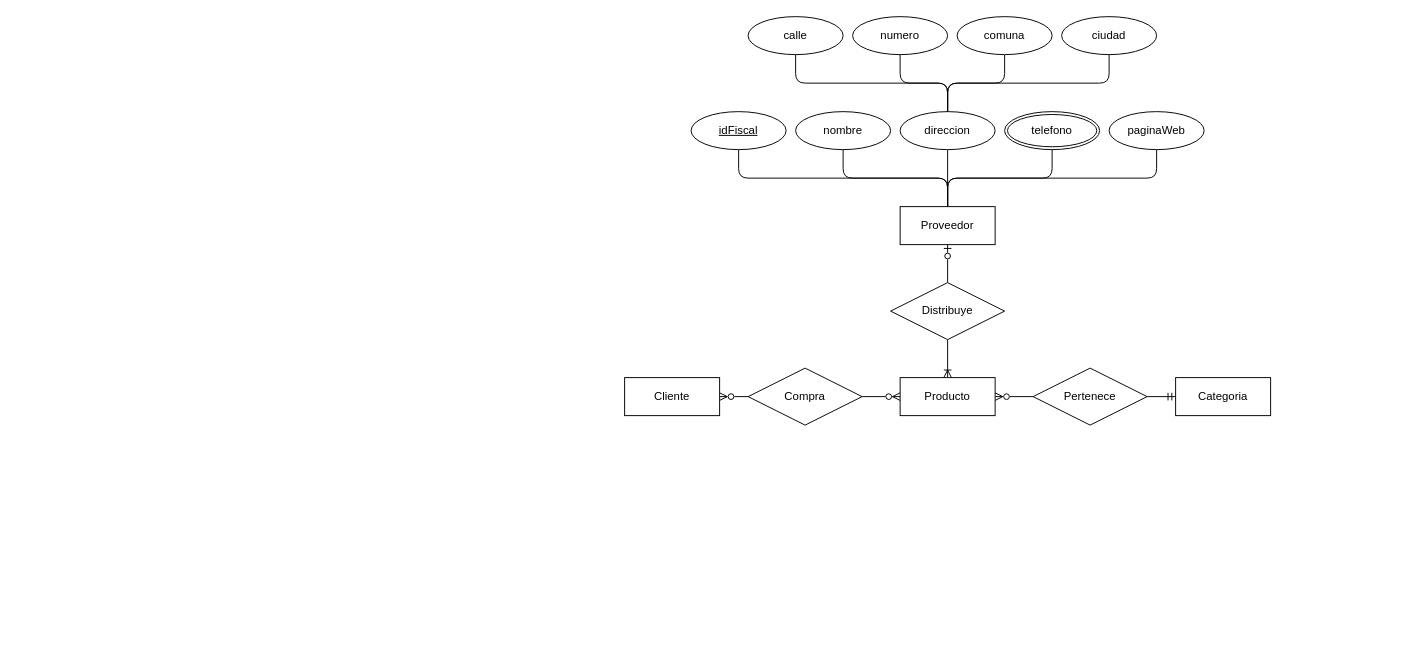
Earlier version of the draw.io diagram Activity-2-6.drawio (xmr-p/DatabaseCharts). Source tidied: cells renumbered, new cells numbered last; positions are measured from the earlier drawing's top-left corner, leaving out a move shared by most shapes. Both pictures are drawn from the tidied source at 95%, with x=0, y=0 at pixel (624, 16).
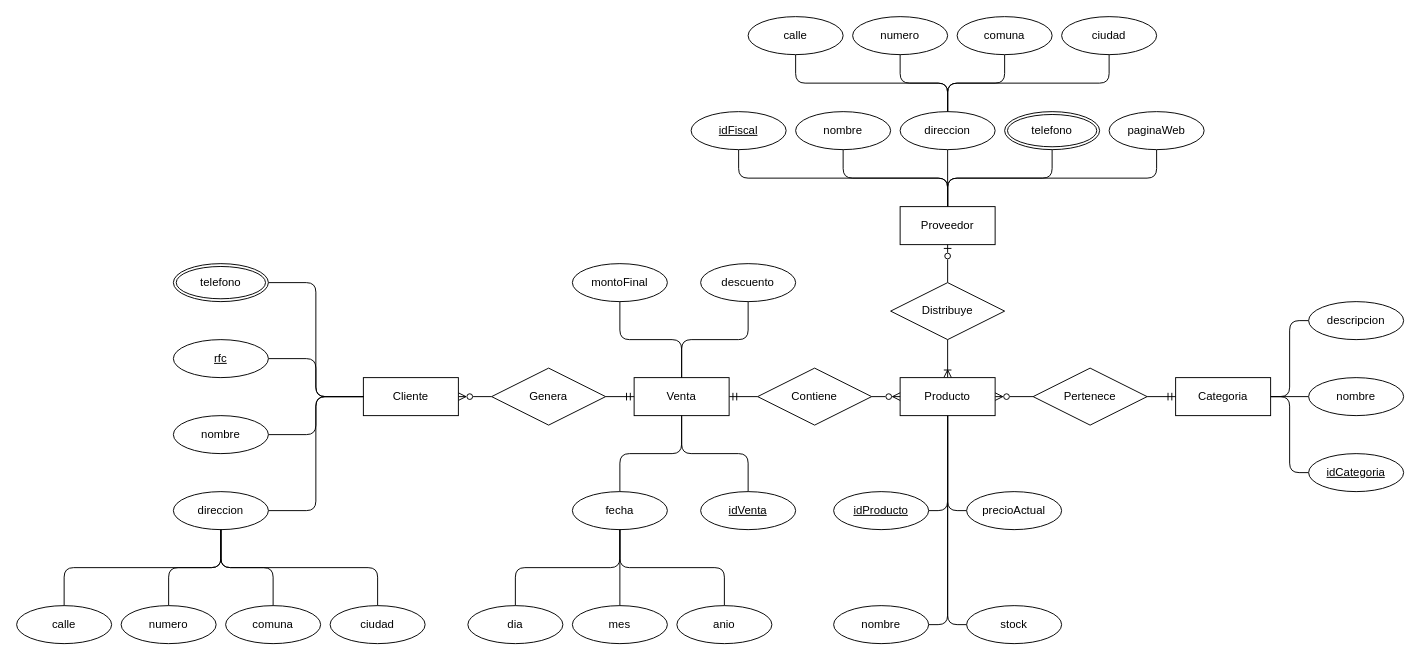
The same diagram, later.

The change refers to these unchanged cells:
```xml
<mxCell id="4" value="Producto" style="whiteSpace=wrap;html=1;align=center;" parent="1" vertex="1">
  <mxGeometry x="290" y="380" width="100" height="40" as="geometry" />
</mxCell>
<mxCell id="13" value="Categoria" style="whiteSpace=wrap;html=1;align=center;" parent="1" vertex="1">
  <mxGeometry x="580" y="380" width="100" height="40" as="geometry" />
</mxCell>
```

What changed in the source:
```diff
@@
+    <mxCell id="33" style="edgeStyle=orthogonalEdgeStyle;rounded=1;jettySize=auto;html=1;exitX=0.5;exitY=1;exitDx=0;exitDy=0;entryX=1;entryY=0.5;entryDx=0;entryDy=0;endArrow=none;endFill=0;curved=0;" parent="1" edge="1" source="4" target="77">
+      <mxGeometry relative="1" as="geometry" />
+    </mxCell>
+    <mxCell id="34" style="edgeStyle=orthogonalEdgeStyle;rounded=1;jettySize=auto;html=1;exitX=0.5;exitY=1;exitDx=0;exitDy=0;entryX=1;entryY=0.5;entryDx=0;entryDy=0;curved=0;endArrow=none;endFill=0;" parent="1" edge="1" source="4" target="79">
+      <mxGeometry relative="1" as="geometry" />
+    </mxCell>
+    <mxCell id="35" style="edgeStyle=orthogonalEdgeStyle;rounded=1;jettySize=auto;html=1;exitX=0.5;exitY=1;exitDx=0;exitDy=0;entryX=0;entryY=0.5;entryDx=0;entryDy=0;curved=0;endArrow=none;endFill=0;" parent="1" edge="1" source="4" target="78">
+      <mxGeometry relative="1" as="geometry" />
+    </mxCell>
+    <mxCell id="36" style="edgeStyle=orthogonalEdgeStyle;rounded=1;jettySize=auto;html=1;exitX=0.5;exitY=1;exitDx=0;exitDy=0;entryX=0;entryY=0.5;entryDx=0;entryDy=0;curved=0;endArrow=none;endFill=0;" parent="1" edge="1" source="4" target="80">
+      <mxGeometry relative="1" as="geometry" />
+    </mxCell>
@@
-    <mxCell id="11" style="edgeStyle=orthogonalEdgeStyle;rounded=1;jettySize=auto;html=1;exitX=1;exitY=0.5;exitDx=0;exitDy=0;entryX=0;entryY=0.5;entryDx=0;entryDy=0;curved=0;endArrow=none;endFill=0;startArrow=ERzeroToMany;startFill=0;" parent="1" edge="1" source="12" target="19">
+    <mxCell id="11" style="edgeStyle=orthogonalEdgeStyle;rounded=1;jettySize=auto;html=1;exitX=1;exitY=0.5;exitDx=0;exitDy=0;entryX=0;entryY=0.5;entryDx=0;entryDy=0;curved=0;endArrow=none;endFill=0;startArrow=ERzeroToMany;startFill=0;" parent="1" edge="1" source="12" target="59">
       <mxGeometry relative="1" as="geometry" />
     </mxCell>
     <mxCell id="12" value="Cliente" style="whiteSpace=wrap;html=1;align=center;" parent="1" vertex="1">
-      <mxGeometry y="380" width="100" height="40" as="geometry" />
+      <mxGeometry x="-275" y="380" width="100" height="40" as="geometry" />
     </mxCell>
+    <mxCell id="37" style="edgeStyle=orthogonalEdgeStyle;rounded=1;jettySize=auto;html=1;exitX=1;exitY=0.5;exitDx=0;exitDy=0;entryX=0;entryY=0.5;entryDx=0;entryDy=0;endArrow=none;endFill=0;curved=0;" parent="1" edge="1" source="13" target="76">
+      <mxGeometry relative="1" as="geometry" />
+    </mxCell>
+    <mxCell id="38" style="edgeStyle=orthogonalEdgeStyle;rounded=1;jettySize=auto;html=1;exitX=1;exitY=0.5;exitDx=0;exitDy=0;entryX=0;entryY=0.5;entryDx=0;entryDy=0;curved=0;endArrow=none;endFill=0;" parent="1" edge="1" source="13" target="75">
+      <mxGeometry relative="1" as="geometry" />
+    </mxCell>
+    <mxCell id="39" style="edgeStyle=orthogonalEdgeStyle;rounded=1;jettySize=auto;html=1;exitX=1;exitY=0.5;exitDx=0;exitDy=0;entryX=0;entryY=0.5;entryDx=0;entryDy=0;curved=0;endArrow=none;endFill=0;" parent="1" edge="1" source="13" target="74">
+      <mxGeometry relative="1" as="geometry" />
+    </mxCell>
@@
-    <mxCell id="19" value="Compra" style="shape=rhombus;perimeter=rhombusPerimeter;whiteSpace=wrap;html=1;align=center;" parent="1" vertex="1">
-      <mxGeometry x="130" y="370" width="120" height="60" as="geometry" />
+    <mxCell id="19" value="Contiene" style="shape=rhombus;perimeter=rhombusPerimeter;whiteSpace=wrap;html=1;align=center;" parent="1" vertex="1">
+      <mxGeometry x="140" y="370" width="120" height="60" as="geometry" />
     </mxCell>
@@
+    <mxCell id="40" style="edgeStyle=orthogonalEdgeStyle;rounded=1;jettySize=auto;html=1;exitX=1;exitY=0.5;exitDx=0;exitDy=0;entryX=0;entryY=0.5;entryDx=0;entryDy=0;curved=0;endArrow=none;endFill=0;" parent="1" edge="1" source="41" target="12">
+      <mxGeometry relative="1" as="geometry" />
+    </mxCell>
+    <mxCell id="41" value="rfc" style="ellipse;whiteSpace=wrap;html=1;align=center;fontStyle=4;" parent="1" vertex="1">
+      <mxGeometry x="-475" y="340" width="100" height="40" as="geometry" />
+    </mxCell>
+    <mxCell id="42" style="edgeStyle=orthogonalEdgeStyle;rounded=1;jettySize=auto;html=1;exitX=1;exitY=0.5;exitDx=0;exitDy=0;entryX=0;entryY=0.5;entryDx=0;entryDy=0;curved=0;endArrow=none;endFill=0;" parent="1" edge="1" source="43" target="12">
+      <mxGeometry relative="1" as="geometry" />
+    </mxCell>
+    <mxCell id="43" value="direccion" style="ellipse;whiteSpace=wrap;html=1;align=center;" parent="1" vertex="1">
+      <mxGeometry x="-475" y="500" width="100" height="40" as="geometry" />
+    </mxCell>
+    <mxCell id="44" style="edgeStyle=orthogonalEdgeStyle;rounded=1;jettySize=auto;html=1;exitX=1;exitY=0.5;exitDx=0;exitDy=0;entryX=0;entryY=0.5;entryDx=0;entryDy=0;endArrow=none;endFill=0;curved=0;" parent="1" edge="1" source="45" target="12">
+      <mxGeometry relative="1" as="geometry" />
+    </mxCell>
+    <mxCell id="45" value="nombre" style="ellipse;whiteSpace=wrap;html=1;align=center;" parent="1" vertex="1">
+      <mxGeometry x="-475" y="420" width="100" height="40" as="geometry" />
+    </mxCell>
+    <mxCell id="46" style="edgeStyle=orthogonalEdgeStyle;rounded=1;jettySize=auto;html=1;exitX=1;exitY=0.5;exitDx=0;exitDy=0;entryX=0;entryY=0.5;entryDx=0;entryDy=0;curved=0;endArrow=none;endFill=0;" parent="1" edge="1" source="47" target="12">
+      <mxGeometry relative="1" as="geometry" />
+    </mxCell>
+    <mxCell id="47" value="telefono" style="ellipse;shape=doubleEllipse;margin=3;whiteSpace=wrap;html=1;align=center;" parent="1" vertex="1">
+      <mxGeometry x="-475" y="260" width="100" height="40" as="geometry" />
+    </mxCell>
+    <mxCell id="48" style="edgeStyle=orthogonalEdgeStyle;rounded=1;jettySize=auto;html=1;exitX=0.5;exitY=0;exitDx=0;exitDy=0;entryX=0.5;entryY=1;entryDx=0;entryDy=0;endArrow=none;endFill=0;curved=0;" parent="1" edge="1" source="49" target="43">
+      <mxGeometry relative="1" as="geometry" />
+    </mxCell>
+    <mxCell id="49" value="comuna" style="ellipse;whiteSpace=wrap;html=1;align=center;" parent="1" vertex="1">
+      <mxGeometry x="-420" y="620" width="100" height="40" as="geometry" />
+    </mxCell>
+    <mxCell id="50" style="edgeStyle=orthogonalEdgeStyle;rounded=1;jettySize=auto;html=1;exitX=0.5;exitY=0;exitDx=0;exitDy=0;entryX=0.5;entryY=1;entryDx=0;entryDy=0;curved=0;endArrow=none;endFill=0;" parent="1" edge="1" source="51" target="43">
+      <mxGeometry relative="1" as="geometry" />
+    </mxCell>
+    <mxCell id="51" value="ciudad" style="ellipse;whiteSpace=wrap;html=1;align=center;" parent="1" vertex="1">
+      <mxGeometry x="-310" y="620" width="100" height="40" as="geometry" />
+    </mxCell>
+    <mxCell id="52" style="edgeStyle=orthogonalEdgeStyle;rounded=1;jettySize=auto;html=1;exitX=0.5;exitY=0;exitDx=0;exitDy=0;entryX=0.5;entryY=1;entryDx=0;entryDy=0;endArrow=none;endFill=0;curved=0;" parent="1" edge="1" source="53" target="43">
+      <mxGeometry relative="1" as="geometry" />
+    </mxCell>
+    <mxCell id="53" value="calle" style="ellipse;whiteSpace=wrap;html=1;align=center;" parent="1" vertex="1">
+      <mxGeometry x="-640" y="620" width="100" height="40" as="geometry" />
+    </mxCell>
+    <mxCell id="54" style="edgeStyle=orthogonalEdgeStyle;rounded=1;jettySize=auto;html=1;exitX=0.5;exitY=0;exitDx=0;exitDy=0;entryX=0.5;entryY=1;entryDx=0;entryDy=0;endArrow=none;endFill=0;curved=0;" parent="1" edge="1" source="55" target="43">
+      <mxGeometry relative="1" as="geometry" />
+    </mxCell>
+    <mxCell id="55" value="numero" style="ellipse;whiteSpace=wrap;html=1;align=center;" parent="1" vertex="1">
+      <mxGeometry x="-530" y="620" width="100" height="40" as="geometry" />
+    </mxCell>
+    <mxCell id="56" style="edgeStyle=orthogonalEdgeStyle;rounded=1;jettySize=auto;html=1;exitX=1;exitY=0.5;exitDx=0;exitDy=0;entryX=0;entryY=0.5;entryDx=0;entryDy=0;endArrow=none;endFill=0;curved=0;startArrow=ERmandOne;startFill=0;" parent="1" edge="1" source="57" target="19">
+      <mxGeometry relative="1" as="geometry" />
+    </mxCell>
+    <mxCell id="57" value="Venta" style="whiteSpace=wrap;html=1;align=center;" parent="1" vertex="1">
+      <mxGeometry x="10" y="380" width="100" height="40" as="geometry" />
+    </mxCell>
+    <mxCell id="58" style="edgeStyle=orthogonalEdgeStyle;rounded=0;jettySize=auto;html=1;exitX=1;exitY=0.5;exitDx=0;exitDy=0;entryX=0;entryY=0.5;entryDx=0;entryDy=0;endArrow=ERmandOne;endFill=0;" parent="1" edge="1" source="59" target="57">
+      <mxGeometry relative="1" as="geometry" />
+    </mxCell>
+    <mxCell id="59" value="Genera" style="shape=rhombus;perimeter=rhombusPerimeter;whiteSpace=wrap;html=1;align=center;" parent="1" vertex="1">
+      <mxGeometry x="-140" y="370" width="120" height="60" as="geometry" />
+    </mxCell>
+    <mxCell id="60" style="edgeStyle=orthogonalEdgeStyle;rounded=1;jettySize=auto;html=1;exitX=0.5;exitY=0;exitDx=0;exitDy=0;entryX=0.5;entryY=1;entryDx=0;entryDy=0;curved=0;endArrow=none;endFill=0;" parent="1" edge="1" source="61" target="57">
+      <mxGeometry relative="1" as="geometry" />
+    </mxCell>
+    <mxCell id="61" value="idVenta" style="ellipse;whiteSpace=wrap;html=1;align=center;fontStyle=4;" parent="1" vertex="1">
+      <mxGeometry x="80" y="500" width="100" height="40" as="geometry" />
+    </mxCell>
+    <mxCell id="62" style="edgeStyle=orthogonalEdgeStyle;rounded=1;jettySize=auto;html=1;exitX=0.5;exitY=1;exitDx=0;exitDy=0;entryX=0.5;entryY=0;entryDx=0;entryDy=0;curved=0;endArrow=none;endFill=0;" parent="1" edge="1" source="63" target="57">
+      <mxGeometry relative="1" as="geometry" />
+    </mxCell>
+    <mxCell id="63" value="montoFinal" style="ellipse;whiteSpace=wrap;html=1;align=center;" parent="1" vertex="1">
+      <mxGeometry x="-55" y="260" width="100" height="40" as="geometry" />
+    </mxCell>
+    <mxCell id="64" style="edgeStyle=orthogonalEdgeStyle;rounded=1;jettySize=auto;html=1;exitX=0.5;exitY=1;exitDx=0;exitDy=0;entryX=0.5;entryY=0;entryDx=0;entryDy=0;curved=0;endArrow=none;endFill=0;" parent="1" edge="1" source="65" target="57">
+      <mxGeometry relative="1" as="geometry" />
+    </mxCell>
+    <mxCell id="65" value="descuento" style="ellipse;whiteSpace=wrap;html=1;align=center;" parent="1" vertex="1">
+      <mxGeometry x="80" y="260" width="100" height="40" as="geometry" />
+    </mxCell>
+    <mxCell id="66" style="edgeStyle=orthogonalEdgeStyle;rounded=1;jettySize=auto;html=1;exitX=0.5;exitY=0;exitDx=0;exitDy=0;entryX=0.5;entryY=1;entryDx=0;entryDy=0;curved=0;endArrow=none;endFill=0;" parent="1" edge="1" source="67" target="57">
+      <mxGeometry relative="1" as="geometry" />
+    </mxCell>
+    <mxCell id="67" value="fecha" style="ellipse;whiteSpace=wrap;html=1;align=center;" parent="1" vertex="1">
+      <mxGeometry x="-55" y="500" width="100" height="40" as="geometry" />
+    </mxCell>
+    <mxCell id="68" style="edgeStyle=orthogonalEdgeStyle;rounded=1;jettySize=auto;html=1;exitX=0.5;exitY=0;exitDx=0;exitDy=0;entryX=0.5;entryY=1;entryDx=0;entryDy=0;curved=0;endArrow=none;endFill=0;" parent="1" edge="1" source="69" target="67">
+      <mxGeometry relative="1" as="geometry" />
+    </mxCell>
+    <mxCell id="69" value="anio" style="ellipse;whiteSpace=wrap;html=1;align=center;" parent="1" vertex="1">
+      <mxGeometry x="55" y="620" width="100" height="40" as="geometry" />
+    </mxCell>
+    <mxCell id="70" style="edgeStyle=orthogonalEdgeStyle;rounded=1;jettySize=auto;html=1;exitX=0.5;exitY=0;exitDx=0;exitDy=0;entryX=0.5;entryY=1;entryDx=0;entryDy=0;endArrow=none;endFill=0;curved=0;" parent="1" edge="1" source="71" target="67">
+      <mxGeometry relative="1" as="geometry" />
+    </mxCell>
+    <mxCell id="71" value="mes" style="ellipse;whiteSpace=wrap;html=1;align=center;" parent="1" vertex="1">
+      <mxGeometry x="-55" y="620" width="100" height="40" as="geometry" />
+    </mxCell>
+    <mxCell id="72" style="edgeStyle=orthogonalEdgeStyle;rounded=1;jettySize=auto;html=1;exitX=0.5;exitY=0;exitDx=0;exitDy=0;entryX=0.5;entryY=1;entryDx=0;entryDy=0;endArrow=none;endFill=0;curved=0;" parent="1" edge="1" source="73" target="67">
+      <mxGeometry relative="1" as="geometry" />
+    </mxCell>
+    <mxCell id="73" value="dia" style="ellipse;whiteSpace=wrap;html=1;align=center;" parent="1" vertex="1">
+      <mxGeometry x="-165" y="620" width="100" height="40" as="geometry" />
+    </mxCell>
+    <mxCell id="74" value="idCategoria" style="ellipse;whiteSpace=wrap;html=1;align=center;fontStyle=4;" parent="1" vertex="1">
+      <mxGeometry x="720" y="460" width="100" height="40" as="geometry" />
+    </mxCell>
+    <mxCell id="75" value="nombre" style="ellipse;whiteSpace=wrap;html=1;align=center;" parent="1" vertex="1">
+      <mxGeometry x="720" y="380" width="100" height="40" as="geometry" />
+    </mxCell>
+    <mxCell id="76" value="descripcion" style="ellipse;whiteSpace=wrap;html=1;align=center;" parent="1" vertex="1">
+      <mxGeometry x="720" y="300" width="100" height="40" as="geometry" />
+    </mxCell>
+    <mxCell id="77" value="idProducto" style="ellipse;whiteSpace=wrap;html=1;align=center;fontStyle=4;" parent="1" vertex="1">
+      <mxGeometry x="220" y="500" width="100" height="40" as="geometry" />
+    </mxCell>
+    <mxCell id="78" value="precioActual" style="ellipse;whiteSpace=wrap;html=1;align=center;" parent="1" vertex="1">
+      <mxGeometry x="360" y="500" width="100" height="40" as="geometry" />
+    </mxCell>
+    <mxCell id="79" value="nombre" style="ellipse;whiteSpace=wrap;html=1;align=center;" parent="1" vertex="1">
+      <mxGeometry x="220" y="620" width="100" height="40" as="geometry" />
+    </mxCell>
+    <mxCell id="80" value="stock" style="ellipse;whiteSpace=wrap;html=1;align=center;" parent="1" vertex="1">
+      <mxGeometry x="360" y="620" width="100" height="40" as="geometry" />
+    </mxCell>
```
